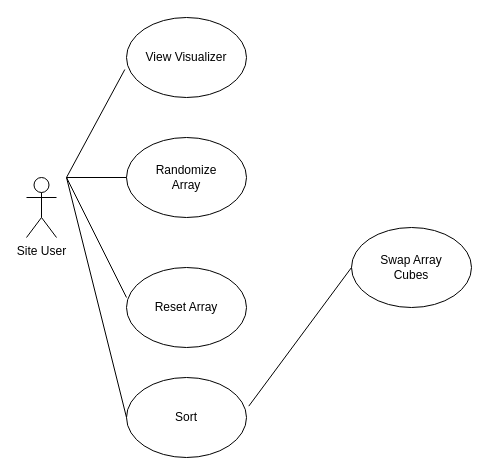
beep-sl/COS430SEProject keeps this draw.io diagram as Use Case Diagram.drawio. Above is the earlier version. Source tidied: cells renumbered, new cells numbered last; positions are measured from the earlier drawing's top-left corner, leaving out a move shared by most shapes. Both pictures are drawn from the tidied source at 100%, with x=0, y=0 at pixel (26, 17).
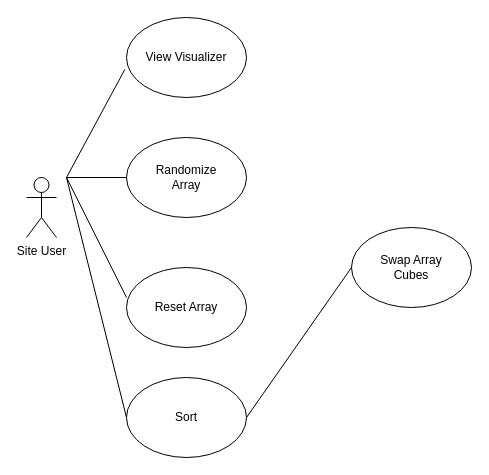
The same diagram, later.

What changed in the source:
```diff
@@
 <mxGraphModel>
   <root>
     <mxCell id="0" />
     <mxCell id="1" parent="0" />
     <mxCell id="2" value="Site User" style="shape=umlActor;verticalLabelPosition=bottom;verticalAlign=top;html=1;" parent="1" vertex="1">
       <mxGeometry y="160" width="30" height="60" as="geometry" />
     </mxCell>
     <mxCell id="3" value="View Visualizer" style="ellipse;whiteSpace=wrap;html=1;" parent="1" vertex="1">
       <mxGeometry x="100" width="120" height="80" as="geometry" />
     </mxCell>
     <mxCell id="4" value="Randomize&lt;br&gt;Array" style="ellipse;whiteSpace=wrap;html=1;" parent="1" vertex="1">
       <mxGeometry x="100" y="120" width="120" height="80" as="geometry" />
     </mxCell>
     <mxCell id="5" value="Sort" style="ellipse;whiteSpace=wrap;html=1;" parent="1" vertex="1">
       <mxGeometry x="100" y="360" width="120" height="80" as="geometry" />
     </mxCell>
     <mxCell id="6" value="Swap Array&lt;br&gt;Cubes" style="ellipse;whiteSpace=wrap;html=1;" parent="1" vertex="1">
       <mxGeometry x="325" y="210" width="120" height="80" as="geometry" />
     </mxCell>
     <mxCell id="7" value="Reset Array" style="ellipse;whiteSpace=wrap;html=1;" parent="1" vertex="1">
       <mxGeometry x="100" y="250" width="120" height="80" as="geometry" />
     </mxCell>
     <mxCell id="8" style="endArrow=none;html=1;rounded=0;entryX=-0.014;entryY=0.65;entryDx=0;entryDy=0;entryPerimeter=0;" parent="1" edge="1" target="3">
       <mxGeometry relative="1" as="geometry">
         <mxPoint x="40" y="160" as="sourcePoint" />
       </mxGeometry>
     </mxCell>
     <mxCell id="9" style="endArrow=none;html=1;rounded=0;" parent="1" edge="1">
       <mxGeometry relative="1" as="geometry">
         <mxPoint x="40" y="160" as="sourcePoint" />
         <mxPoint x="100" y="160" as="targetPoint" />
       </mxGeometry>
     </mxCell>
     <mxCell id="10" style="endArrow=none;html=1;rounded=0;entryX=0;entryY=0.375;entryDx=0;entryDy=0;entryPerimeter=0;" parent="1" edge="1" target="7">
       <mxGeometry relative="1" as="geometry">
         <mxPoint x="40" y="160" as="sourcePoint" />
       </mxGeometry>
     </mxCell>
     <mxCell id="11" style="endArrow=none;html=1;rounded=0;entryX=0;entryY=0.5;entryDx=0;entryDy=0;" parent="1" edge="1" target="5">
       <mxGeometry relative="1" as="geometry">
         <mxPoint x="40" y="160" as="sourcePoint" />
       </mxGeometry>
     </mxCell>
-    <mxCell id="12" style="endArrow=none;html=1;rounded=0;exitX=1.019;exitY=0.358;exitDx=0;exitDy=0;exitPerimeter=0;entryX=0;entryY=0.5;entryDx=0;entryDy=0;" parent="1" edge="1" source="5" target="6">
+    <mxCell id="12" style="endArrow=none;html=1;rounded=0;exitX=1;exitY=0.5;exitDx=0;exitDy=0;entryX=0;entryY=0.5;entryDx=0;entryDy=0;" parent="1" edge="1" source="5" target="6">
       <mxGeometry relative="1" as="geometry" />
     </mxCell>
   </root>
 </mxGraphModel>
```
